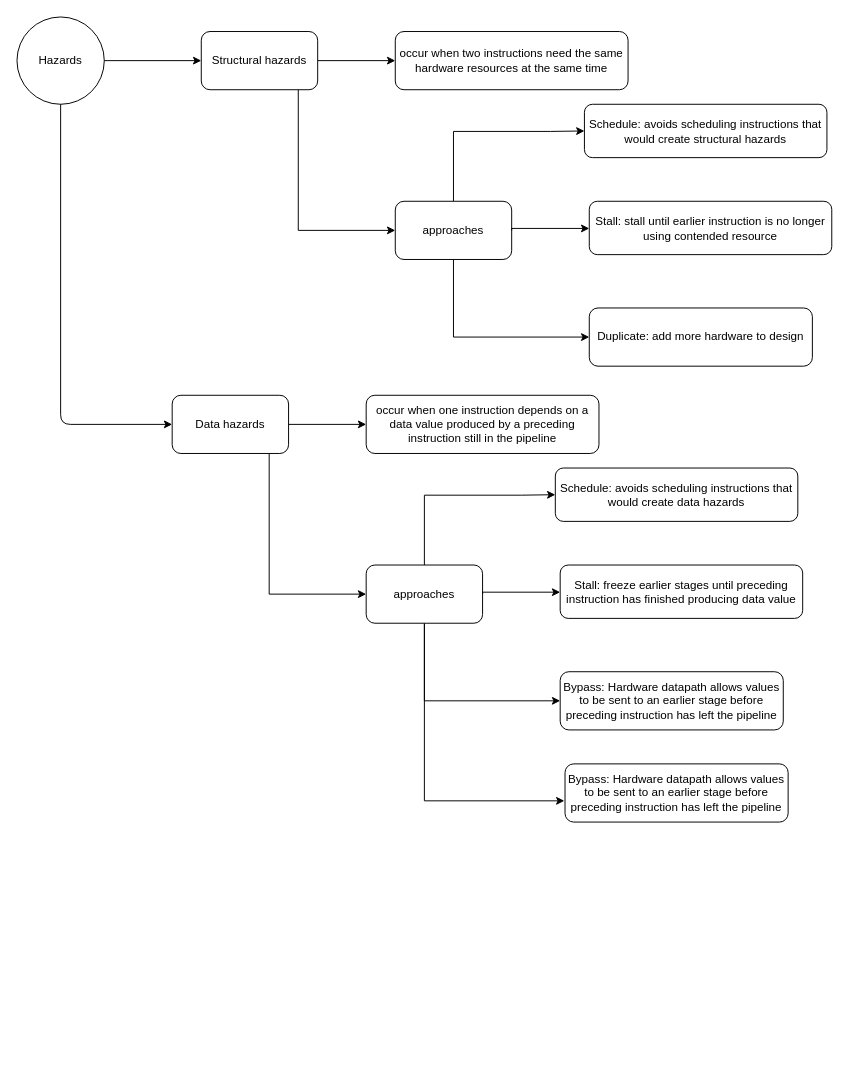
Before: page "Page-1" (1 of 2) of Hazards.drawio in Rabbit-CHAN/FigureBed, a draw.io diagram. Source tidied: cells renumbered, new cells numbered last; positions are measured from the earlier drawing's top-left corner, leaving out a move shared by most shapes. Both pictures are drawn from the tidied source at 97%, with x=0, y=0 at pixel (16, 16).
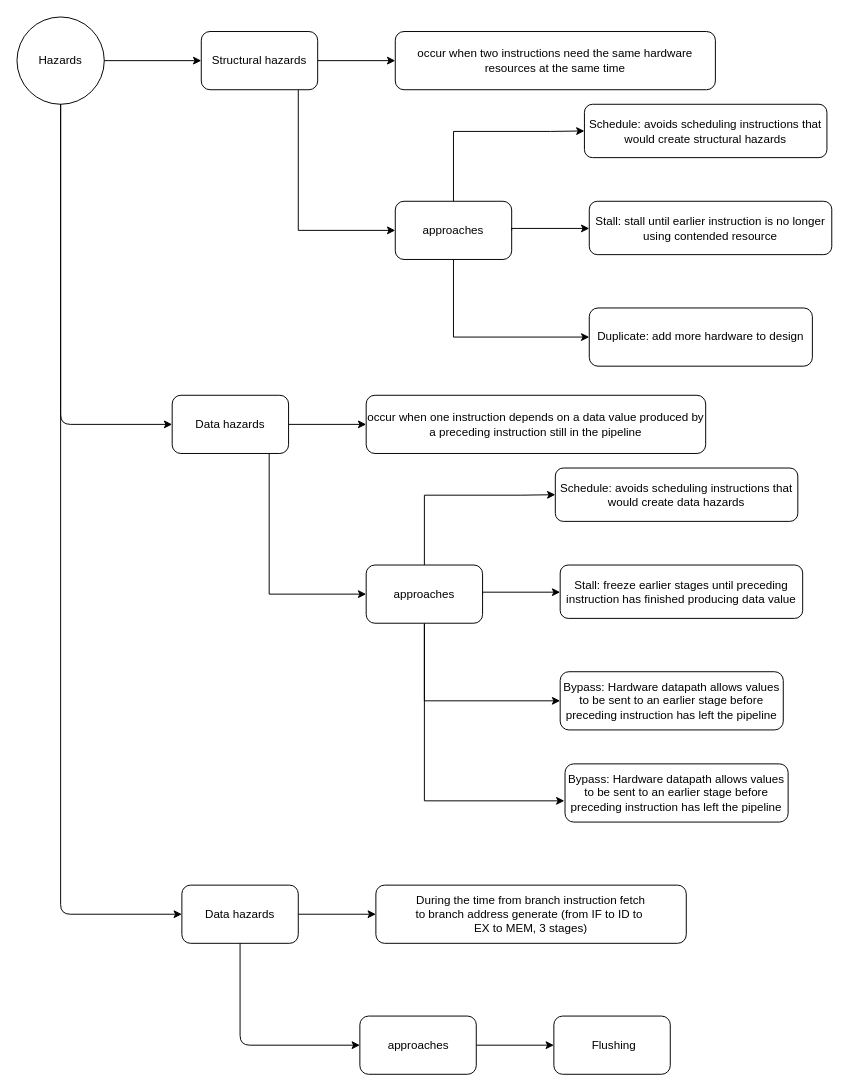
The same diagram, later.

The change refers to these unchanged cells:
```xml
<mxCell id="2" value="Hazards" style="ellipse;whiteSpace=wrap;html=1;fontFamily=Helvetica;fontSize=12;fontColor=#000000;align=center;strokeColor=#000000;fillColor=#ffffff;" parent="1" vertex="1">
  <mxGeometry width="90" height="90" as="geometry" />
</mxCell>
```

What changed in the source:
```diff
@@
     <mxCell id="13" value="occur when two instructions need the same hardware resources at the same time" style="rounded=1;whiteSpace=wrap;html=1;" parent="1" vertex="1">
-      <mxGeometry x="390" y="15" width="240" height="60" as="geometry" />
+      <mxGeometry x="390" y="15" width="330" height="60" as="geometry" />
     </mxCell>
@@
     <mxCell id="26" value="occur when one instruction depends on a data value produced by a preceding instruction still in the pipeline" style="rounded=1;whiteSpace=wrap;html=1;" parent="1" vertex="1">
-      <mxGeometry x="360" y="390" width="240" height="60" as="geometry" />
+      <mxGeometry x="360" y="390" width="350" height="60" as="geometry" />
     </mxCell>
@@
+    <mxCell id="29" style="edgeStyle=orthogonalEdgeStyle;rounded=0;jettySize=auto;html=1;" parent="1" edge="1" source="30" target="31">
+      <mxGeometry relative="1" as="geometry" />
+    </mxCell>
+    <mxCell id="30" value="Data hazards" style="rounded=1;whiteSpace=wrap;html=1;" parent="1" vertex="1">
+      <mxGeometry x="170" y="895" width="120" height="60" as="geometry" />
+    </mxCell>
+    <mxCell id="31" value="&lt;div&gt;&amp;nbsp;During the time from branch instruction fetch&amp;nbsp;&lt;/div&gt;&lt;div&gt;to branch address generate (from IF to ID to&amp;nbsp;&lt;/div&gt;&lt;div&gt;EX to MEM, 3 stages)&lt;/div&gt;" style="rounded=1;whiteSpace=wrap;html=1;" parent="1" vertex="1">
+      <mxGeometry x="370" y="895" width="320" height="60" as="geometry" />
+    </mxCell>
+    <mxCell id="32" style="endArrow=classic;html=1;entryX=0;entryY=0.5;entryDx=0;entryDy=0;exitX=0.5;exitY=1;exitDx=0;exitDy=0;" parent="1" edge="1" source="2" target="30">
+      <mxGeometry relative="1" as="geometry">
+        <Array as="points">
+          <mxPoint x="45" y="925" />
+        </Array>
+      </mxGeometry>
+    </mxCell>
+    <mxCell id="33" style="edgeStyle=orthogonalEdgeStyle;rounded=0;jettySize=auto;html=1;" parent="1" edge="1" source="34" target="35">
+      <mxGeometry relative="1" as="geometry" />
+    </mxCell>
+    <mxCell id="34" value="approaches" style="rounded=1;whiteSpace=wrap;html=1;" parent="1" vertex="1">
+      <mxGeometry x="353.5" y="1030" width="120" height="60" as="geometry" />
+    </mxCell>
+    <mxCell id="35" value="&amp;nbsp;Flushing" style="rounded=1;whiteSpace=wrap;html=1;" parent="1" vertex="1">
+      <mxGeometry x="553.5" y="1030" width="120" height="60" as="geometry" />
+    </mxCell>
+    <mxCell id="36" style="endArrow=classic;html=1;entryX=0;entryY=0.5;entryDx=0;entryDy=0;exitX=0.5;exitY=1;exitDx=0;exitDy=0;" parent="1" edge="1" source="30" target="34">
+      <mxGeometry relative="1" as="geometry">
+        <Array as="points">
+          <mxPoint x="230" y="1060" />
+        </Array>
+      </mxGeometry>
+    </mxCell>
```
